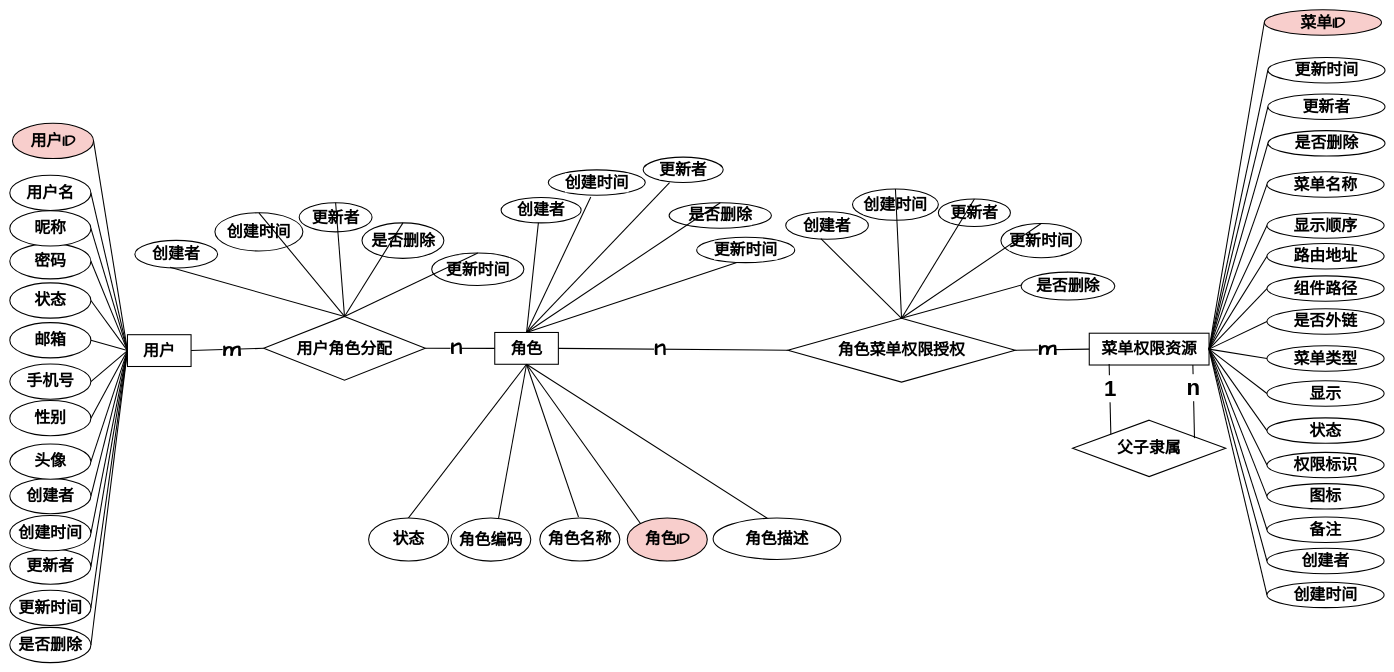
zhangbird050801/bird-blog keeps this draw.io diagram as graph/权限模块ER图.drawio. Above is the earlier version. Source tidied: cells renumbered, new cells numbered last; positions are measured from the earlier drawing's top-left corner, leaving out a move shared by most shapes. Both pictures are drawn from the tidied source at 53%, with x=0, y=0 at pixel (10, 10).
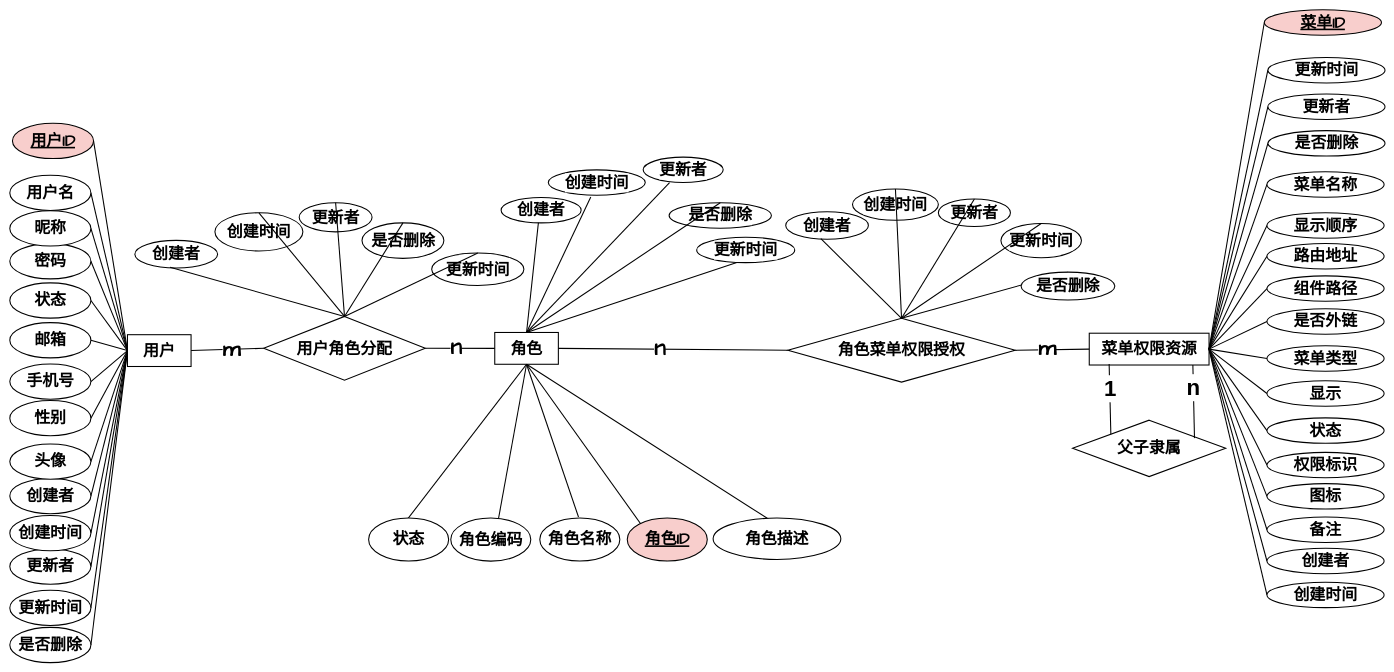
The same page after the edit.

Commit message:
更新权限模块ER图.drawio

The edit, as a diff of the source:
```diff
@@
-    <mxCell id="21" value="用户ID" style="ellipse;whiteSpace=wrap;html=1;fillColor=#f8cecc;strokeColor=default;fontSize=30;fontFamily=Comic Sans MS;fontStyle=1;rounded=0;strokeWidth=2;align=center;verticalAlign=middle;fontColor=default;labelBackgroundColor=none;" parent="1" vertex="1">
+    <mxCell id="21" value="&lt;u&gt;用户ID&lt;/u&gt;" style="ellipse;whiteSpace=wrap;html=1;fillColor=#f8cecc;strokeColor=default;fontSize=30;fontFamily=Comic Sans MS;fontStyle=1;rounded=0;strokeWidth=2;align=center;verticalAlign=middle;fontColor=default;labelBackgroundColor=none;" parent="1" vertex="1">
       <mxGeometry x="5" y="214.2" width="153" height="66.5" as="geometry" />
     </mxCell>
@@
-    <mxCell id="39" value="角色ID" style="ellipse;whiteSpace=wrap;html=1;flipV=1;flipH=1;fillColor=#f8cecc;strokeColor=default;fontSize=30;fontFamily=Comic Sans MS;fontStyle=1;rounded=0;strokeWidth=2;align=center;verticalAlign=middle;fontColor=default;labelBackgroundColor=none;" parent="1" vertex="1">
+    <mxCell id="39" value="&lt;u&gt;角色ID&lt;/u&gt;" style="ellipse;whiteSpace=wrap;html=1;flipV=1;flipH=1;fillColor=#f8cecc;strokeColor=default;fontSize=30;fontFamily=Comic Sans MS;fontStyle=1;rounded=0;strokeWidth=2;align=center;verticalAlign=middle;fontColor=default;labelBackgroundColor=none;" parent="1" vertex="1">
       <mxGeometry x="1165" y="958.8" width="151" height="81.2" as="geometry" />
     </mxCell>
@@
-    <mxCell id="56" value="菜单ID" style="ellipse;whiteSpace=wrap;html=1;fillColor=#f8cecc;strokeColor=default;fontSize=30;fontFamily=Comic Sans MS;fontStyle=1;rounded=0;strokeWidth=2;align=center;verticalAlign=middle;fontColor=default;labelBackgroundColor=none;" parent="1" vertex="1">
+    <mxCell id="56" value="&lt;u&gt;菜单ID&lt;/u&gt;" style="ellipse;whiteSpace=wrap;html=1;fillColor=#f8cecc;strokeColor=default;fontSize=30;fontFamily=Comic Sans MS;fontStyle=1;rounded=0;strokeWidth=2;align=center;verticalAlign=middle;fontColor=default;labelBackgroundColor=none;" parent="1" vertex="1">
       <mxGeometry x="2367" width="221" height="48" as="geometry" />
     </mxCell>
```
